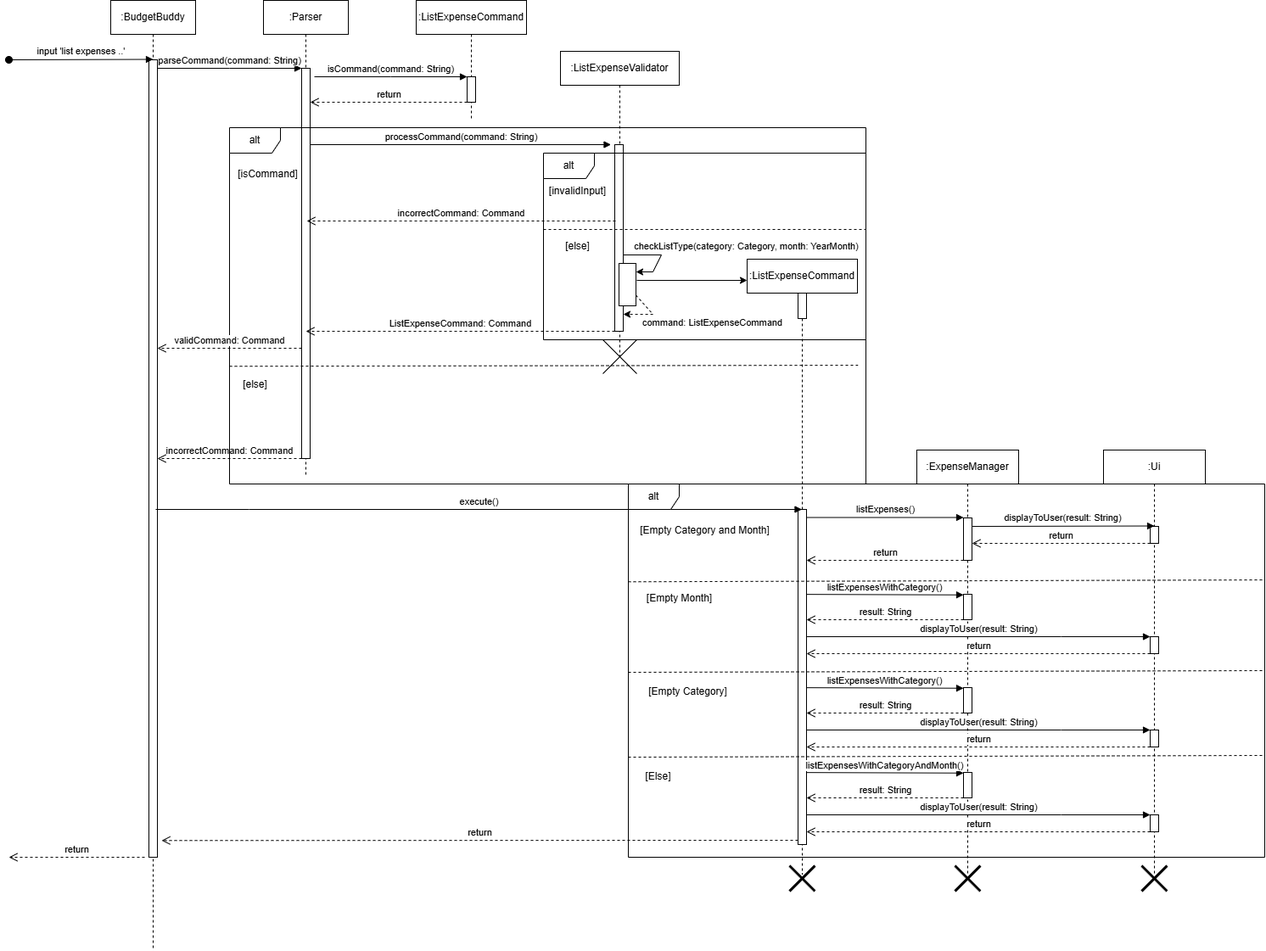
telferang/tp keeps this draw.io diagram as docs/diagrams/ListExpenseSequenceDiagram.drawio.png. Above is the earlier version. Source tidied: cells renumbered, new cells last; positions are measured from the earlier drawing's top-left corner, leaving out a move shared by most shapes.
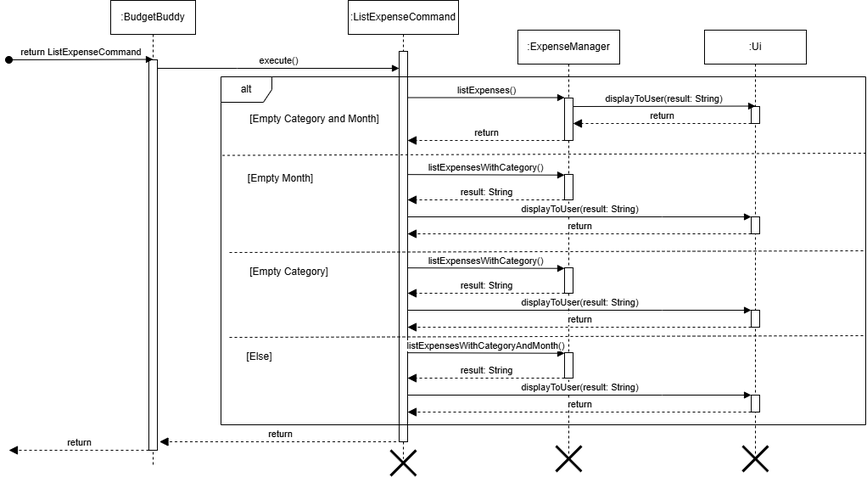
Above is the later version.

Commit message:
Update DG Contents (List and Edit Features)

Update List and Edit Feature [Based on updated formatting]

What changed in the source:
```diff
@@ -3,173 +3,28 @@
     <mxCell id="0" />
     <mxCell id="1" parent="0" />
     <mxCell id="2" value=":BudgetBuddy" style="shape=umlLifeline;perimeter=lifelinePerimeter;whiteSpace=wrap;html=1;newEdgeStyle={&quot;edgeStyle&quot;:&quot;elbowEdgeStyle&quot;,&quot;elbow&quot;:&quot;vertical&quot;,&quot;curved&quot;:0,&quot;rounded&quot;:0};" parent="1" vertex="1">
-      <mxGeometry x="120" width="100" height="1120" as="geometry" />
+      <mxGeometry x="590" y="495" width="100" height="550" as="geometry" />
     </mxCell>
     <mxCell id="3" style="html=1;points=[];perimeter=orthogonalPerimeter;outlineConnect=0;targetShapes=umlLifeline;portConstraint=eastwest;newEdgeStyle={&quot;edgeStyle&quot;:&quot;elbowEdgeStyle&quot;,&quot;elbow&quot;:&quot;vertical&quot;,&quot;curved&quot;:0,&quot;rounded&quot;:0};" parent="2" vertex="1">
-      <mxGeometry x="45" y="70" width="10" height="940" as="geometry" />
+      <mxGeometry x="45" y="70" width="10" height="460" as="geometry" />
     </mxCell>
-    <mxCell id="4" value="input 'list expenses ..'" style="html=1;verticalAlign=bottom;startArrow=oval;endArrow=block;startSize=8;edgeStyle=elbowEdgeStyle;elbow=vertical;curved=0;rounded=0;" parent="2" edge="1" target="3">
+    <mxCell id="4" value="return ListExpenseCommand" style="html=1;verticalAlign=bottom;startArrow=oval;endArrow=block;startSize=8;edgeStyle=elbowEdgeStyle;elbow=vertical;curved=0;rounded=0;" parent="2" edge="1" target="3">
       <mxGeometry relative="1" as="geometry">
         <mxPoint x="-120" y="70" as="sourcePoint" />
       </mxGeometry>
     </mxCell>
-    <mxCell id="5" value=":Parser" style="shape=umlLifeline;perimeter=lifelinePerimeter;whiteSpace=wrap;html=1;newEdgeStyle={&quot;edgeStyle&quot;:&quot;elbowEdgeStyle&quot;,&quot;elbow&quot;:&quot;vertical&quot;,&quot;curved&quot;:0,&quot;rounded&quot;:0};" parent="1" vertex="1">
-      <mxGeometry x="300" width="100" height="560" as="geometry" />
-    </mxCell>
-    <mxCell id="6" style="html=1;points=[];perimeter=orthogonalPerimeter;outlineConnect=0;targetShapes=umlLifeline;portConstraint=eastwest;newEdgeStyle={&quot;edgeStyle&quot;:&quot;elbowEdgeStyle&quot;,&quot;elbow&quot;:&quot;vertical&quot;,&quot;curved&quot;:0,&quot;rounded&quot;:0};" parent="5" vertex="1">
-      <mxGeometry x="45" y="80" width="10" height="460" as="geometry" />
-    </mxCell>
-    <mxCell id="7" value="parseCommand(command: String)" style="html=1;verticalAlign=bottom;endArrow=block;edgeStyle=elbowEdgeStyle;elbow=vertical;curved=0;rounded=0;" parent="1" edge="1" source="3" target="6">
-      <mxGeometry relative="1" as="geometry">
-        <Array as="points">
-          <mxPoint x="260" y="80" />
-        </Array>
-      </mxGeometry>
-    </mxCell>
-    <mxCell id="8" value="incorrectCommand: Command" style="html=1;verticalAlign=bottom;endArrow=open;dashed=1;endSize=8;edgeStyle=elbowEdgeStyle;elbow=vertical;curved=0;rounded=0;" parent="1" edge="1">
-      <mxGeometry relative="1" as="geometry">
-        <mxPoint x="345" y="540" as="sourcePoint" />
-        <mxPoint x="175" y="540" as="targetPoint" />
-        <Array as="points">
-          <mxPoint x="270" y="540" />
-        </Array>
-      </mxGeometry>
-    </mxCell>
-    <mxCell id="9" value=":ListExpenseValidator" style="shape=umlLifeline;perimeter=lifelinePerimeter;whiteSpace=wrap;html=1;newEdgeStyle={&quot;edgeStyle&quot;:&quot;elbowEdgeStyle&quot;,&quot;elbow&quot;:&quot;vertical&quot;,&quot;curved&quot;:0,&quot;rounded&quot;:0};" parent="1" vertex="1">
-      <mxGeometry x="650" y="60" width="140" height="360" as="geometry" />
-    </mxCell>
-    <mxCell id="10" style="html=1;points=[];perimeter=orthogonalPerimeter;outlineConnect=0;targetShapes=umlLifeline;portConstraint=eastwest;newEdgeStyle={&quot;edgeStyle&quot;:&quot;elbowEdgeStyle&quot;,&quot;elbow&quot;:&quot;vertical&quot;,&quot;curved&quot;:0,&quot;rounded&quot;:0};" parent="9" vertex="1">
-      <mxGeometry x="64" y="110" width="10" height="220" as="geometry" />
-    </mxCell>
-    <mxCell id="11" style="rounded=0;whiteSpace=wrap;html=1;" parent="9" vertex="1">
-      <mxGeometry x="69" y="250" width="20" height="50" as="geometry" />
-    </mxCell>
-    <mxCell id="12" value="checkListType(category: Category, month: YearMonth)" style="endArrow=classic;html=1;rounded=0;" parent="9" edge="1">
-      <mxGeometry x="0.03" y="100" relative="1" as="geometry">
-        <mxPoint x="74" y="240" as="sourcePoint" />
-        <mxPoint x="89" y="260" as="targetPoint" />
-        <Array as="points">
-          <mxPoint x="119" y="240" />
-          <mxPoint x="109" y="260" />
-        </Array>
-        <mxPoint x="11" y="-55" as="offset" />
-      </mxGeometry>
-    </mxCell>
-    <mxCell id="13" value="command: ListExpenseCommand" style="endArrow=classic;html=1;rounded=0;exitX=1;exitY=0.75;exitDx=0;exitDy=0;dashed=1;" parent="9" edge="1" source="11">
-      <mxGeometry x="-0.08" y="71" relative="1" as="geometry">
-        <mxPoint x="74" y="310" as="targetPoint" />
-        <Array as="points">
-          <mxPoint x="109" y="310" />
-        </Array>
-        <mxPoint x="70" y="-61" as="offset" />
-      </mxGeometry>
-    </mxCell>
-    <mxCell id="14" style="shape=mxgraph.sysml.x;" parent="9" vertex="1">
-      <mxGeometry x="50" y="340" width="40" height="40" as="geometry" />
-    </mxCell>
-    <mxCell id="15" value="processCommand(command: String)" style="html=1;verticalAlign=bottom;endArrow=block;edgeStyle=elbowEdgeStyle;elbow=vertical;curved=0;rounded=0;" parent="1" edge="1">
-      <mxGeometry relative="1" as="geometry">
-        <mxPoint x="355.5" y="170" as="sourcePoint" />
-        <mxPoint x="709.5" y="170" as="targetPoint" />
-        <Array as="points">
-          <mxPoint x="465.5" y="170" />
-        </Array>
-      </mxGeometry>
-    </mxCell>
-    <mxCell id="16" value="ListExpenseCommand: Command" style="html=1;verticalAlign=bottom;endArrow=open;dashed=1;endSize=8;edgeStyle=elbowEdgeStyle;elbow=vertical;curved=0;rounded=0;" parent="1" edge="1" source="10">
-      <mxGeometry relative="1" as="geometry">
-        <mxPoint x="350" y="390" as="targetPoint" />
-        <Array as="points">
-          <mxPoint x="460" y="390" />
-        </Array>
-      </mxGeometry>
-    </mxCell>
-    <mxCell id="17" value=":ListExpenseCommand" style="shape=umlLifeline;perimeter=lifelinePerimeter;whiteSpace=wrap;html=1;newEdgeStyle={&quot;edgeStyle&quot;:&quot;elbowEdgeStyle&quot;,&quot;elbow&quot;:&quot;vertical&quot;,&quot;curved&quot;:0,&quot;rounded&quot;:0};" parent="1" vertex="1">
-      <mxGeometry x="480" width="130" height="140" as="geometry" />
-    </mxCell>
-    <mxCell id="18" style="html=1;points=[];perimeter=orthogonalPerimeter;outlineConnect=0;targetShapes=umlLifeline;portConstraint=eastwest;newEdgeStyle={&quot;edgeStyle&quot;:&quot;elbowEdgeStyle&quot;,&quot;elbow&quot;:&quot;vertical&quot;,&quot;curved&quot;:0,&quot;rounded&quot;:0};" parent="17" vertex="1">
-      <mxGeometry x="60" y="90" width="10" height="30" as="geometry" />
-    </mxCell>
-    <mxCell id="19" value="isCommand(command: String)" style="html=1;verticalAlign=bottom;endArrow=block;edgeStyle=elbowEdgeStyle;elbow=vertical;curved=0;rounded=0;" parent="1" edge="1" target="18">
-      <mxGeometry relative="1" as="geometry">
-        <mxPoint x="360" y="90" as="sourcePoint" />
-        <Array as="points">
-          <mxPoint x="450" y="90" />
-        </Array>
-      </mxGeometry>
-    </mxCell>
-    <mxCell id="20" value="return" style="html=1;verticalAlign=bottom;endArrow=open;dashed=1;endSize=8;edgeStyle=elbowEdgeStyle;elbow=vertical;curved=0;rounded=0;" parent="1" edge="1" source="18" target="6">
-      <mxGeometry relative="1" as="geometry">
-        <Array as="points">
-          <mxPoint x="455" y="120" />
-        </Array>
-      </mxGeometry>
-    </mxCell>
-    <mxCell id="21" value="alt" style="shape=umlFrame;whiteSpace=wrap;html=1;" parent="1" vertex="1">
-      <mxGeometry x="260" y="150" width="750" height="420" as="geometry" />
-    </mxCell>
-    <mxCell id="22" style="endArrow=none;dashed=1;html=1;rounded=0;entryX=1.001;entryY=0.625;entryDx=0;entryDy=0;entryPerimeter=0;" parent="1" edge="1">
-      <mxGeometry relative="1" as="geometry">
-        <mxPoint x="260" y="431.2" as="sourcePoint" />
-        <mxPoint x="1000.7" y="430" as="targetPoint" />
-      </mxGeometry>
-    </mxCell>
-    <mxCell id="23" value="[else]" style="text;html=1;align=center;verticalAlign=middle;strokeColor=none;fillColor=none;" parent="1" vertex="1">
-      <mxGeometry x="265" y="438" width="50" height="30" as="geometry" />
-    </mxCell>
-    <mxCell id="24" value="[isCommand]" style="text;html=1;align=center;verticalAlign=middle;strokeColor=none;fillColor=none;" parent="1" vertex="1">
-      <mxGeometry x="260" y="190" width="90" height="30" as="geometry" />
-    </mxCell>
-    <mxCell id="25" value="alt" style="shape=umlFrame;whiteSpace=wrap;html=1;" parent="1" vertex="1">
-      <mxGeometry x="630" y="180" width="380" height="220" as="geometry" />
-    </mxCell>
-    <mxCell id="26" style="endArrow=none;dashed=1;html=1;rounded=0;entryX=1;entryY=0.409;entryDx=0;entryDy=0;entryPerimeter=0;" parent="1" edge="1" target="25">
-      <mxGeometry relative="1" as="geometry">
-        <mxPoint x="630" y="270" as="sourcePoint" />
-      </mxGeometry>
-    </mxCell>
-    <mxCell id="27" value="[invalidInput]" style="text;html=1;align=center;verticalAlign=middle;strokeColor=none;fillColor=none;" parent="1" vertex="1">
-      <mxGeometry x="625" y="210" width="90" height="30" as="geometry" />
-    </mxCell>
-    <mxCell id="28" value="[else]" style="text;html=1;align=center;verticalAlign=middle;strokeColor=none;fillColor=none;" parent="1" vertex="1">
-      <mxGeometry x="645" y="275" width="50" height="30" as="geometry" />
-    </mxCell>
-    <mxCell id="29" value="incorrectCommand: Command" style="html=1;verticalAlign=bottom;endArrow=open;dashed=1;endSize=8;edgeStyle=elbowEdgeStyle;elbow=vertical;curved=0;rounded=0;" parent="1" edge="1">
-      <mxGeometry relative="1" as="geometry">
-        <mxPoint x="715" y="260" as="sourcePoint" />
-        <mxPoint x="351" y="260" as="targetPoint" />
-        <Array as="points">
-          <mxPoint x="461" y="260" />
-        </Array>
-      </mxGeometry>
-    </mxCell>
-    <mxCell id="30" value="validCommand: Command" style="html=1;verticalAlign=bottom;endArrow=open;dashed=1;endSize=8;edgeStyle=elbowEdgeStyle;elbow=vertical;curved=0;rounded=0;" parent="1" edge="1" source="6" target="3">
-      <mxGeometry relative="1" as="geometry">
-        <Array as="points">
-          <mxPoint x="275" y="410" />
-        </Array>
-      </mxGeometry>
-    </mxCell>
     <mxCell id="31" value=":ListExpenseCommand" style="shape=umlLifeline;perimeter=lifelinePerimeter;whiteSpace=wrap;html=1;outlineConnect=0;portConstraint=eastwest;newEdgeStyle={&quot;edgeStyle&quot;:&quot;elbowEdgeStyle&quot;,&quot;elbow&quot;:&quot;vertical&quot;,&quot;curved&quot;:0,&quot;rounded&quot;:0};" parent="1" vertex="1">
-      <mxGeometry x="870" y="305" width="130" height="725" as="geometry" />
+      <mxGeometry x="870" y="495" width="130" height="540" as="geometry" />
     </mxCell>
-    <mxCell id="32" style="html=1;perimeter=orthogonalPerimeter;targetShapes=umlLifeline;newEdgeStyle={&quot;edgeStyle&quot;:&quot;elbowEdgeStyle&quot;,&quot;elbow&quot;:&quot;vertical&quot;,&quot;curved&quot;:0,&quot;rounded&quot;:0};" parent="31" vertex="1">
-      <mxGeometry x="60" y="40" width="10" height="30" as="geometry" />
-    </mxCell>
     <mxCell id="33" style="html=1;points=[[0,0,0,0,5],[0,1,0,0,-5],[1,0,0,0,5],[1,1,0,0,-5]];perimeter=orthogonalPerimeter;outlineConnect=0;targetShapes=umlLifeline;portConstraint=eastwest;newEdgeStyle={&quot;curved&quot;:0,&quot;rounded&quot;:0};" parent="31" vertex="1">
-      <mxGeometry x="60" y="295" width="10" height="395" as="geometry" />
+      <mxGeometry x="60" y="60" width="10" height="460" as="geometry" />
     </mxCell>
-    <mxCell id="34" style="endArrow=classic;html=1;rounded=0;" parent="1" edge="1">
-      <mxGeometry relative="1" as="geometry">
-        <mxPoint x="740" y="330" as="sourcePoint" />
-        <mxPoint x="870" y="330" as="targetPoint" />
-      </mxGeometry>
-    </mxCell>
-    <mxCell id="35" value="execute()" style="html=1;verticalAlign=bottom;endArrow=block;edgeStyle=elbowEdgeStyle;elbow=vertical;curved=0;rounded=0;" parent="1" edge="1" target="31">
+    <mxCell id="35" value="execute()" style="html=1;verticalAlign=bottom;endArrow=block;edgeStyle=elbowEdgeStyle;elbow=vertical;curved=0;rounded=0;" parent="1" edge="1">
       <mxGeometry relative="1" as="geometry">
-        <mxPoint x="173" y="600" as="sourcePoint" />
+        <mxPoint x="645" y="575" as="sourcePoint" />
+        <mxPoint x="930" y="575" as="targetPoint" />
         <Array as="points">
-          <mxPoint x="283" y="600" />
+          <mxPoint x="739" y="575" />
         </Array>
       </mxGeometry>
     </mxCell>
@@ -180,10 +35,10 @@
       <mxGeometry x="45" y="490" width="30" height="30" as="geometry" />
     </mxCell>
     <mxCell id="38" value="alt" style="shape=umlFrame;whiteSpace=wrap;html=1;" parent="1" vertex="1">
-      <mxGeometry x="730" y="570" width="750" height="440" as="geometry" />
+      <mxGeometry x="720" y="585" width="760" height="410" as="geometry" />
     </mxCell>
     <mxCell id="39" value="[Empty Category and Month]" style="text;html=1;align=center;verticalAlign=middle;strokeColor=none;fillColor=none;" parent="1" vertex="1">
-      <mxGeometry x="730" y="610" width="180" height="30" as="geometry" />
+      <mxGeometry x="740" y="620" width="180" height="30" as="geometry" />
     </mxCell>
     <mxCell id="40" value="[Empty Month]" style="text;html=1;align=center;verticalAlign=middle;strokeColor=none;fillColor=none;" parent="1" vertex="1">
       <mxGeometry x="740" y="690" width="100" height="30" as="geometry" />
@@ -219,14 +74,14 @@
         <mxPoint x="1135" y="620" as="sourcePoint" />
       </mxGeometry>
     </mxCell>
-    <mxCell id="50" value="return" style="html=1;verticalAlign=bottom;endArrow=open;dashed=1;endSize=8;edgeStyle=elbowEdgeStyle;elbow=vertical;curved=0;rounded=0;" parent="1" edge="1" source="45" target="43">
+    <mxCell id="50" value="return" style="html=1;verticalAlign=bottom;endArrow=block;dashed=1;endSize=8;edgeStyle=elbowEdgeStyle;elbow=vertical;curved=0;rounded=0;endFill=1;" parent="1" edge="1" source="45" target="43">
       <mxGeometry relative="1" as="geometry">
         <Array as="points">
           <mxPoint x="1270" y="640" />
         </Array>
       </mxGeometry>
     </mxCell>
-    <mxCell id="51" value="return" style="html=1;verticalAlign=bottom;endArrow=open;dashed=1;endSize=8;edgeStyle=elbowEdgeStyle;elbow=vertical;curved=0;rounded=0;" parent="1" edge="1" source="43">
+    <mxCell id="51" value="return" style="html=1;verticalAlign=bottom;endArrow=block;dashed=1;endSize=8;edgeStyle=elbowEdgeStyle;elbow=vertical;curved=0;rounded=0;endFill=1;" parent="1" edge="1" source="43">
       <mxGeometry relative="1" as="geometry">
         <mxPoint x="940" y="660" as="targetPoint" />
         <Array as="points">
@@ -234,8 +89,11 @@
         </Array>
       </mxGeometry>
     </mxCell>
-    <mxCell id="52" style="endArrow=none;dashed=1;html=1;rounded=0;exitX=0;exitY=0.262;exitDx=0;exitDy=0;exitPerimeter=0;entryX=0.998;entryY=0.257;entryDx=0;entryDy=0;entryPerimeter=0;" parent="1" edge="1" source="38" target="38">
-      <mxGeometry relative="1" as="geometry" />
+    <mxCell id="52" style="endArrow=none;dashed=1;html=1;rounded=0;exitX=0;exitY=0.262;exitDx=0;exitDy=0;exitPerimeter=0;entryX=0.998;entryY=0.257;entryDx=0;entryDy=0;entryPerimeter=0;" parent="1" edge="1">
+      <mxGeometry relative="1" as="geometry">
+        <mxPoint x="721.5" y="677.6" as="sourcePoint" />
+        <mxPoint x="1480" y="675" as="targetPoint" />
+      </mxGeometry>
     </mxCell>
     <mxCell id="53" style="html=1;perimeter=orthogonalPerimeter;targetShapes=umlLifeline;newEdgeStyle={&quot;curved&quot;:0,&quot;rounded&quot;:0};" parent="1" vertex="1">
       <mxGeometry x="1125" y="700" width="10" height="30" as="geometry" />
@@ -246,7 +104,7 @@
         <mxPoint x="1125" y="700.1" as="targetPoint" />
       </mxGeometry>
     </mxCell>
-    <mxCell id="55" value="result: String" style="html=1;verticalAlign=bottom;endArrow=open;dashed=1;endSize=8;edgeStyle=elbowEdgeStyle;elbow=vertical;curved=0;rounded=0;" parent="1" edge="1">
+    <mxCell id="55" value="result: String" style="html=1;verticalAlign=bottom;endArrow=block;dashed=1;endSize=8;edgeStyle=elbowEdgeStyle;elbow=vertical;curved=0;rounded=0;endFill=1;" parent="1" edge="1">
       <mxGeometry relative="1" as="geometry">
         <mxPoint x="1125" y="730" as="sourcePoint" />
         <mxPoint x="940" y="730" as="targetPoint" />
@@ -263,7 +121,7 @@
         </Array>
       </mxGeometry>
     </mxCell>
-    <mxCell id="57" value="return" style="html=1;verticalAlign=bottom;endArrow=open;dashed=1;endSize=8;edgeStyle=elbowEdgeStyle;elbow=vertical;curved=0;rounded=0;" parent="1" edge="1" source="46" target="33">
+    <mxCell id="57" value="return" style="html=1;verticalAlign=bottom;endArrow=block;dashed=1;endSize=8;edgeStyle=elbowEdgeStyle;elbow=vertical;curved=0;rounded=0;endFill=1;" parent="1" edge="1" source="46" target="33">
       <mxGeometry relative="1" as="geometry">
         <Array as="points">
           <mxPoint x="1235" y="770" />
@@ -288,7 +146,7 @@
         <mxPoint x="1125" y="810.1" as="targetPoint" />
       </mxGeometry>
     </mxCell>
-    <mxCell id="62" value="result: String" style="html=1;verticalAlign=bottom;endArrow=open;dashed=1;endSize=8;edgeStyle=elbowEdgeStyle;elbow=vertical;curved=0;rounded=0;" parent="1" edge="1">
+    <mxCell id="62" value="result: String" style="html=1;verticalAlign=bottom;endArrow=block;dashed=1;endSize=8;edgeStyle=elbowEdgeStyle;elbow=vertical;curved=0;rounded=0;endFill=1;" parent="1" edge="1">
       <mxGeometry relative="1" as="geometry">
         <mxPoint x="1125" y="840" as="sourcePoint" />
         <mxPoint x="940" y="840" as="targetPoint" />
@@ -305,7 +163,7 @@
         </Array>
       </mxGeometry>
     </mxCell>
-    <mxCell id="64" value="return" style="html=1;verticalAlign=bottom;endArrow=open;dashed=1;endSize=8;edgeStyle=elbowEdgeStyle;elbow=vertical;curved=0;rounded=0;" parent="1" edge="1" source="59">
+    <mxCell id="64" value="return" style="html=1;verticalAlign=bottom;endArrow=block;dashed=1;endSize=8;edgeStyle=elbowEdgeStyle;elbow=vertical;curved=0;rounded=0;endFill=1;" parent="1" edge="1" source="59">
       <mxGeometry relative="1" as="geometry">
         <mxPoint x="940" y="880" as="targetPoint" />
         <Array as="points">
@@ -325,7 +183,7 @@
         <mxPoint x="1125" y="910.1" as="targetPoint" />
       </mxGeometry>
     </mxCell>
-    <mxCell id="68" value="result: String" style="html=1;verticalAlign=bottom;endArrow=open;dashed=1;endSize=8;edgeStyle=elbowEdgeStyle;elbow=vertical;curved=0;rounded=0;" parent="1" edge="1">
+    <mxCell id="68" value="result: String" style="html=1;verticalAlign=bottom;endArrow=block;dashed=1;endSize=8;edgeStyle=elbowEdgeStyle;elbow=vertical;curved=0;rounded=0;endFill=1;" parent="1" edge="1">
       <mxGeometry relative="1" as="geometry">
         <mxPoint x="1125" y="940" as="sourcePoint" />
         <mxPoint x="940" y="940" as="targetPoint" />
@@ -342,7 +200,7 @@
         </Array>
       </mxGeometry>
     </mxCell>
-    <mxCell id="70" value="return" style="html=1;verticalAlign=bottom;endArrow=open;dashed=1;endSize=8;edgeStyle=elbowEdgeStyle;elbow=vertical;curved=0;rounded=0;" parent="1" edge="1" source="65">
+    <mxCell id="70" value="return" style="html=1;verticalAlign=bottom;endArrow=block;dashed=1;endSize=8;edgeStyle=elbowEdgeStyle;elbow=vertical;curved=0;rounded=0;endFill=1;" parent="1" edge="1" source="65">
       <mxGeometry relative="1" as="geometry">
         <mxPoint x="940" y="980" as="targetPoint" />
         <Array as="points">
@@ -356,16 +214,19 @@
         <mxPoint x="1479" y="890" as="targetPoint" />
       </mxGeometry>
     </mxCell>
-    <mxCell id="72" value="return" style="html=1;verticalAlign=bottom;endArrow=open;dashed=1;endSize=8;curved=0;rounded=0;exitX=0;exitY=1;exitDx=0;exitDy=-5;exitPerimeter=0;entryX=1.5;entryY=0.979;entryDx=0;entryDy=0;entryPerimeter=0;" parent="1" edge="1" source="33" target="3">
-      <mxGeometry relative="1" as="geometry" />
+    <mxCell id="72" value="return" style="html=1;verticalAlign=bottom;endArrow=block;dashed=1;endSize=8;curved=0;rounded=0;exitX=0;exitY=1;exitDx=0;exitDy=-5;exitPerimeter=0;endFill=1;" parent="1" edge="1">
+      <mxGeometry relative="1" as="geometry">
+        <mxPoint x="932.5" y="1015" as="sourcePoint" />
+        <mxPoint x="647.5" y="1015" as="targetPoint" />
+      </mxGeometry>
     </mxCell>
     <mxCell id="73" style="shape=umlDestroy;whiteSpace=wrap;html=1;strokeWidth=3;targetShapes=umlLifeline;" parent="1" vertex="1">
-      <mxGeometry x="920" y="1020" width="30" height="30" as="geometry" />
+      <mxGeometry x="920" y="1025" width="30" height="30" as="geometry" />
     </mxCell>
-    <mxCell id="74" value="return" style="html=1;verticalAlign=bottom;endArrow=open;dashed=1;endSize=8;curved=0;rounded=0;" parent="1" edge="1">
+    <mxCell id="74" value="return" style="html=1;verticalAlign=bottom;endArrow=block;dashed=1;endSize=8;curved=0;rounded=0;endFill=1;" parent="1" edge="1">
       <mxGeometry relative="1" as="geometry">
-        <mxPoint x="160" y="1010" as="sourcePoint" />
-        <mxPoint y="1010" as="targetPoint" />
+        <mxPoint x="635" y="1025" as="sourcePoint" />
+        <mxPoint x="470" y="1025" as="targetPoint" />
       </mxGeometry>
     </mxCell>
   </root>
```
